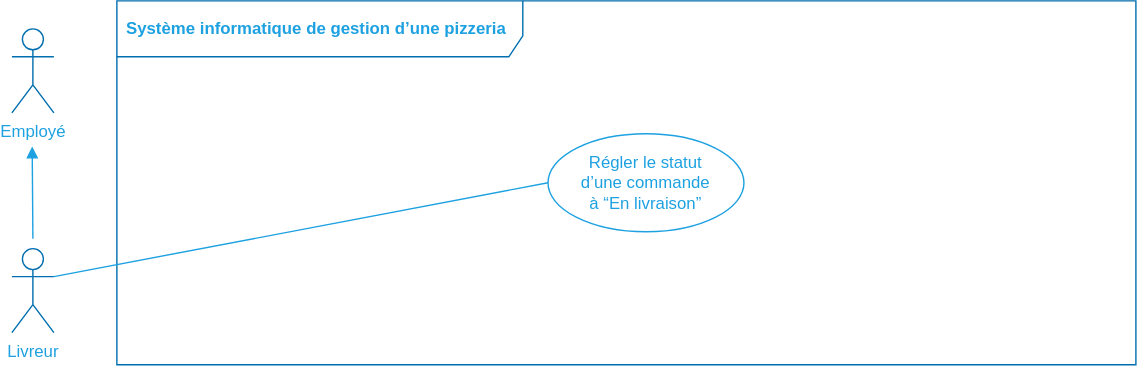
Above: img/figure_use-case-diagram-delivery-man.svg in centvingt/OCPizzaRedaction (draw.io), before the change. Source tidied: cells renumbered, new cells last; positions are measured from the earlier drawing's top-left corner, leaving out a move shared by most shapes. Its diagram source:
```xml
<mxGraphModel>
  <root>
    <mxCell id="0" />
    <mxCell id="1" value="Acteurs et actions" parent="0" />
    <mxCell id="2" value="&lt;font color=&quot;#1da1e1&quot;&gt;Livreur&lt;br&gt;&lt;/font&gt;" style="shape=umlActor;verticalLabelPosition=bottom;verticalAlign=top;html=1;strokeColor=#006EAF;fontColor=#ffffff;fillColor=none;" parent="1" vertex="1">
      <mxGeometry y="177" width="30" height="60" as="geometry" />
    </mxCell>
    <mxCell id="3" value="&lt;font color=&quot;#1da1e1&quot;&gt;Système informatique de gestion d’une pizzeria&lt;/font&gt;" style="shape=umlFrame;whiteSpace=wrap;html=1;width=290;height=40;boundedLbl=1;verticalAlign=middle;align=left;spacingLeft=5;strokeColor=#006EAF;fontColor=#ffffff;fillColor=none;fontStyle=1;" parent="1" vertex="1">
      <mxGeometry x="75" width="728" height="260" as="geometry" />
    </mxCell>
    <mxCell id="4" style="edgeStyle=none;rounded=0;jettySize=auto;html=1;exitX=0;exitY=0.5;exitDx=0;exitDy=0;endArrow=none;endFill=0;strokeColor=#1DA1E1;entryX=1;entryY=0.3333333333333333;entryDx=0;entryDy=0;entryPerimeter=0;" parent="1" edge="1" source="5" target="2">
      <mxGeometry relative="1" as="geometry" />
    </mxCell>
    <mxCell id="5" value="&lt;font color=&quot;#1da1e1&quot;&gt;Régler le statut &lt;br&gt;d’une commande &lt;br&gt;à “En livraison”&lt;/font&gt;" style="ellipse;whiteSpace=wrap;html=1;fillColor=none;strokeColor=#1DA1E1;" parent="1" vertex="1">
      <mxGeometry x="383" y="95" width="140" height="70" as="geometry" />
    </mxCell>
    <mxCell id="6" value="&lt;font color=&quot;#1da1e1&quot;&gt;Employé&lt;br&gt;&lt;/font&gt;" style="shape=umlActor;verticalLabelPosition=bottom;verticalAlign=top;html=1;strokeColor=#006EAF;fontColor=#ffffff;fillColor=none;" parent="1" vertex="1">
      <mxGeometry y="20" width="30" height="60" as="geometry" />
    </mxCell>
    <mxCell id="7" style="edgeStyle=none;rounded=0;orthogonalLoop=1;jettySize=auto;html=1;endArrow=none;endFill=0;strokeColor=#1DA1E1;startArrow=block;startFill=1;" parent="1" edge="1">
      <mxGeometry relative="1" as="geometry">
        <mxPoint x="14.5" y="104" as="sourcePoint" />
        <mxPoint x="15" y="170" as="targetPoint" />
      </mxGeometry>
    </mxCell>
  </root>
</mxGraphModel>
```
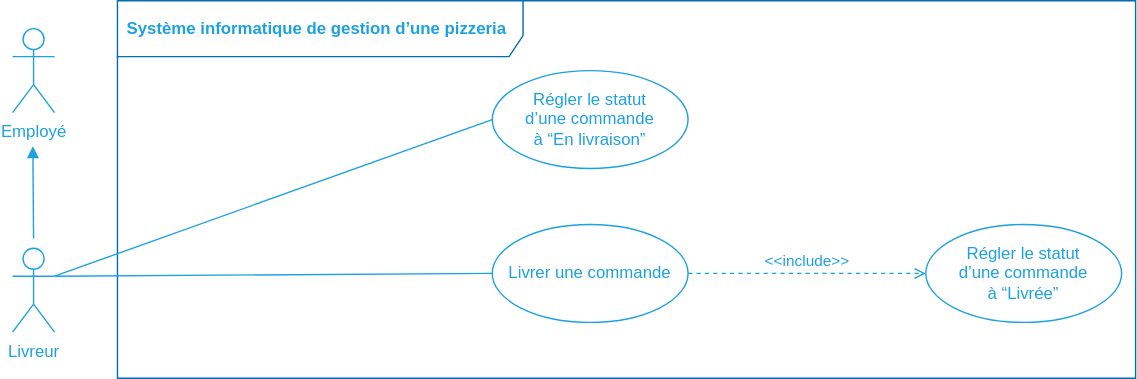
Above is the later version.

Change to the diagram source:
```diff
@@ -2,19 +2,19 @@
   <root>
     <mxCell id="0" />
     <mxCell id="1" value="Acteurs et actions" parent="0" />
-    <mxCell id="2" value="&lt;font color=&quot;#1da1e1&quot;&gt;Livreur&lt;br&gt;&lt;/font&gt;" style="shape=umlActor;verticalLabelPosition=bottom;verticalAlign=top;html=1;strokeColor=#006EAF;fontColor=#ffffff;fillColor=none;" parent="1" vertex="1">
+    <mxCell id="2" value="&lt;font color=&quot;#1da1e1&quot;&gt;Livreur&lt;br&gt;&lt;/font&gt;" style="shape=umlActor;verticalLabelPosition=bottom;verticalAlign=top;html=1;fontColor=#ffffff;fillColor=none;strokeColor=#1DA1E1;" parent="1" vertex="1">
       <mxGeometry y="177" width="30" height="60" as="geometry" />
     </mxCell>
     <mxCell id="3" value="&lt;font color=&quot;#1da1e1&quot;&gt;Système informatique de gestion d’une pizzeria&lt;/font&gt;" style="shape=umlFrame;whiteSpace=wrap;html=1;width=290;height=40;boundedLbl=1;verticalAlign=middle;align=left;spacingLeft=5;strokeColor=#006EAF;fontColor=#ffffff;fillColor=none;fontStyle=1;" parent="1" vertex="1">
-      <mxGeometry x="75" width="728" height="260" as="geometry" />
+      <mxGeometry x="75" width="728" height="270" as="geometry" />
     </mxCell>
     <mxCell id="4" style="edgeStyle=none;rounded=0;jettySize=auto;html=1;exitX=0;exitY=0.5;exitDx=0;exitDy=0;endArrow=none;endFill=0;strokeColor=#1DA1E1;entryX=1;entryY=0.3333333333333333;entryDx=0;entryDy=0;entryPerimeter=0;" parent="1" edge="1" source="5" target="2">
       <mxGeometry relative="1" as="geometry" />
     </mxCell>
     <mxCell id="5" value="&lt;font color=&quot;#1da1e1&quot;&gt;Régler le statut &lt;br&gt;d’une commande &lt;br&gt;à “En livraison”&lt;/font&gt;" style="ellipse;whiteSpace=wrap;html=1;fillColor=none;strokeColor=#1DA1E1;" parent="1" vertex="1">
-      <mxGeometry x="383" y="95" width="140" height="70" as="geometry" />
+      <mxGeometry x="343" y="50" width="140" height="70" as="geometry" />
     </mxCell>
-    <mxCell id="6" value="&lt;font color=&quot;#1da1e1&quot;&gt;Employé&lt;br&gt;&lt;/font&gt;" style="shape=umlActor;verticalLabelPosition=bottom;verticalAlign=top;html=1;strokeColor=#006EAF;fontColor=#ffffff;fillColor=none;" parent="1" vertex="1">
+    <mxCell id="6" value="&lt;font color=&quot;#1da1e1&quot;&gt;Employé&lt;br&gt;&lt;/font&gt;" style="shape=umlActor;verticalLabelPosition=bottom;verticalAlign=top;html=1;fontColor=#ffffff;fillColor=none;strokeColor=#1DA1E1;" parent="1" vertex="1">
       <mxGeometry y="20" width="30" height="60" as="geometry" />
     </mxCell>
     <mxCell id="7" style="edgeStyle=none;rounded=0;orthogonalLoop=1;jettySize=auto;html=1;endArrow=none;endFill=0;strokeColor=#1DA1E1;startArrow=block;startFill=1;" parent="1" edge="1">
@@ -23,5 +23,17 @@
         <mxPoint x="15" y="170" as="targetPoint" />
       </mxGeometry>
     </mxCell>
+    <mxCell id="8" style="rounded=0;jettySize=auto;html=1;exitX=0;exitY=0.5;exitDx=0;exitDy=0;entryX=1;entryY=0.3333333333333333;entryDx=0;entryDy=0;entryPerimeter=0;endArrow=none;endFill=0;strokeColor=#1DA1E1;" parent="1" edge="1" source="9" target="2">
+      <mxGeometry relative="1" as="geometry" />
+    </mxCell>
+    <mxCell id="9" value="&lt;font color=&quot;#1da1e1&quot;&gt;Livrer une commande&lt;/font&gt;" style="ellipse;whiteSpace=wrap;html=1;fillColor=none;strokeColor=#1DA1E1;" parent="1" vertex="1">
+      <mxGeometry x="343" y="160" width="140" height="70" as="geometry" />
+    </mxCell>
+    <mxCell id="10" value="&lt;font color=&quot;#1da1e1&quot;&gt;Régler le statut &lt;br&gt;d’une commande &lt;br&gt;à “Livrée”&lt;/font&gt;" style="ellipse;whiteSpace=wrap;html=1;fillColor=none;strokeColor=#1DA1E1;" parent="1" vertex="1">
+      <mxGeometry x="653" y="160" width="140" height="70" as="geometry" />
+    </mxCell>
+    <mxCell id="11" value="&lt;font color=&quot;#1da1e1&quot;&gt;&amp;lt;&amp;lt;include&amp;gt;&amp;gt;&lt;/font&gt;" style="html=1;verticalAlign=bottom;labelBackgroundColor=none;endArrow=open;endFill=0;dashed=1;strokeColor=#1DA1E1;entryX=0;entryY=0.5;entryDx=0;entryDy=0;exitX=1;exitY=0.5;exitDx=0;exitDy=0;" parent="1" edge="1" source="9" target="10">
+      <mxGeometry relative="1" as="geometry" />
+    </mxCell>
   </root>
 </mxGraphModel>
```
